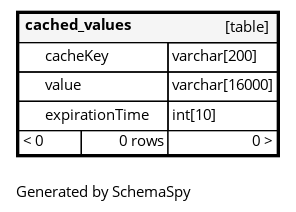
Before: 25.04.00/diagrams/tables/cached_values.1degree.png, a diagram exported from Graphviz (Aspen-Discovery/aspen-schemaspy). Its source is kept beside it as 25.04.00/diagrams/tables/cached_values.1degree.dot. Source of this version:
```dot
digraph "oneDegreeRelationshipsDiagram" {
  graph [    rankdir="RL"    bgcolor="#ffffff"    label="\nGenerated by SchemaSpy"    labeljust="l"    nodesep="0.18"    ranksep="0.46"    fontname="Helvetica"    fontsize="11"    ration="compress"  ];  node [    fontname="Helvetica"    fontsize="11"    shape="plaintext"  ];  edge [    arrowsize="0.8"  ];
  "cached_values" [
   label=<
    <TABLE BORDER="2" CELLBORDER="1" CELLSPACING="0" BGCOLOR="#ffffff">
      <TR><TD COLSPAN="4"  BGCOLOR="#f5f5f5"><TABLE BORDER="0" CELLSPACING="0"><TR><TD ALIGN="LEFT" FIXEDSIZE="TRUE" WIDTH="85" HEIGHT="16"><B>cached_values</B></TD><TD ALIGN="RIGHT">[table]</TD></TR></TABLE></TD></TR>
      <TR><TD PORT="cacheKey" COLSPAN="2" BGCOLOR="#ffffff" ALIGN="LEFT"><TABLE BORDER="0" CELLSPACING="0" ALIGN="LEFT"><TR ALIGN="LEFT"><TD ALIGN="LEFT" FIXEDSIZE="TRUE" WIDTH="15" HEIGHT="16"></TD><TD ALIGN="LEFT" FIXEDSIZE="TRUE" WIDTH="91" HEIGHT="16">cacheKey</TD></TR></TABLE></TD><TD PORT="cacheKey.type" ALIGN="LEFT">varchar[200]</TD></TR>
      <TR><TD PORT="value" COLSPAN="2" ALIGN="LEFT"><TABLE BORDER="0" CELLSPACING="0" ALIGN="LEFT"><TR ALIGN="LEFT"><TD ALIGN="LEFT" FIXEDSIZE="TRUE" WIDTH="15" HEIGHT="16"></TD><TD ALIGN="LEFT" FIXEDSIZE="TRUE" WIDTH="91" HEIGHT="16">value</TD></TR></TABLE></TD><TD PORT="value.type" ALIGN="LEFT">varchar[16000]</TD></TR>
      <TR><TD PORT="expirationTime" COLSPAN="2" BGCOLOR="#ffffff" ALIGN="LEFT"><TABLE BORDER="0" CELLSPACING="0" ALIGN="LEFT"><TR ALIGN="LEFT"><TD ALIGN="LEFT" FIXEDSIZE="TRUE" WIDTH="15" HEIGHT="16"></TD><TD ALIGN="LEFT" FIXEDSIZE="TRUE" WIDTH="91" HEIGHT="16">expirationTime</TD></TR></TABLE></TD><TD PORT="expirationTime.type" ALIGN="LEFT">int[10]</TD></TR>
      <TR><TD ALIGN="LEFT" BGCOLOR="#ffffff">&lt; 0</TD><TD ALIGN="RIGHT" BGCOLOR="#ffffff">0 rows</TD><TD ALIGN="RIGHT" BGCOLOR="#ffffff">0 &gt;</TD></TR>
    </TABLE>>
    URL="cached_values.html"
    target="_top"
    tooltip="cached_values"
  ];
}
```
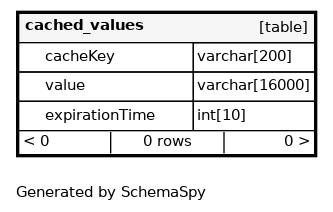
Later version of the same file.

What changed in the source:
```diff
@@ -1,13 +1,13 @@
 digraph "oneDegreeRelationshipsDiagram" {
-  graph [    rankdir="RL"    bgcolor="#ffffff"    label="\nGenerated by SchemaSpy"    labeljust="l"    nodesep="0.18"    ranksep="0.46"    fontname="Helvetica"    fontsize="11"    ration="compress"  ];  node [    fontname="Helvetica"    fontsize="11"    shape="plaintext"  ];  edge [    arrowsize="0.8"  ];
+  graph [    rankdir="RL"    bgcolor="#ffffff"    label="\nGenerated by SchemaSpy"    labeljust="l"    nodesep="0.18"    ranksep="0.46"    fontname="Helvetica"    fontsize="11"    packmode="graph"  ];  node [    fontname="Helvetica"    fontsize="11"    shape="plaintext"  ];  edge [    arrowsize="0.8"  ];
   "cached_values" [
    label=<
     <TABLE BORDER="2" CELLBORDER="1" CELLSPACING="0" BGCOLOR="#ffffff">
-      <TR><TD COLSPAN="4"  BGCOLOR="#f5f5f5"><TABLE BORDER="0" CELLSPACING="0"><TR><TD ALIGN="LEFT" FIXEDSIZE="TRUE" WIDTH="85" HEIGHT="16"><B>cached_values</B></TD><TD ALIGN="RIGHT">[table]</TD></TR></TABLE></TD></TR>
-      <TR><TD PORT="cacheKey" COLSPAN="2" BGCOLOR="#ffffff" ALIGN="LEFT"><TABLE BORDER="0" CELLSPACING="0" ALIGN="LEFT"><TR ALIGN="LEFT"><TD ALIGN="LEFT" FIXEDSIZE="TRUE" WIDTH="15" HEIGHT="16"></TD><TD ALIGN="LEFT" FIXEDSIZE="TRUE" WIDTH="91" HEIGHT="16">cacheKey</TD></TR></TABLE></TD><TD PORT="cacheKey.type" ALIGN="LEFT">varchar[200]</TD></TR>
-      <TR><TD PORT="value" COLSPAN="2" ALIGN="LEFT"><TABLE BORDER="0" CELLSPACING="0" ALIGN="LEFT"><TR ALIGN="LEFT"><TD ALIGN="LEFT" FIXEDSIZE="TRUE" WIDTH="15" HEIGHT="16"></TD><TD ALIGN="LEFT" FIXEDSIZE="TRUE" WIDTH="91" HEIGHT="16">value</TD></TR></TABLE></TD><TD PORT="value.type" ALIGN="LEFT">varchar[16000]</TD></TR>
-      <TR><TD PORT="expirationTime" COLSPAN="2" BGCOLOR="#ffffff" ALIGN="LEFT"><TABLE BORDER="0" CELLSPACING="0" ALIGN="LEFT"><TR ALIGN="LEFT"><TD ALIGN="LEFT" FIXEDSIZE="TRUE" WIDTH="15" HEIGHT="16"></TD><TD ALIGN="LEFT" FIXEDSIZE="TRUE" WIDTH="91" HEIGHT="16">expirationTime</TD></TR></TABLE></TD><TD PORT="expirationTime.type" ALIGN="LEFT">int[10]</TD></TR>
-      <TR><TD ALIGN="LEFT" BGCOLOR="#ffffff">&lt; 0</TD><TD ALIGN="RIGHT" BGCOLOR="#ffffff">0 rows</TD><TD ALIGN="RIGHT" BGCOLOR="#ffffff">0 &gt;</TD></TR>
+      <TR><TD COLSPAN="4"  BGCOLOR="#f5f5f5"><TABLE BORDER="0" CELLSPACING="0"><TR><TD ALIGN="LEFT" FIXEDSIZE="TRUE" WIDTH="105" HEIGHT="16"><B>cached_values</B></TD><TD ALIGN="RIGHT">[table]</TD></TR></TABLE></TD></TR>
+      <TR><TD PORT="cacheKey" COLSPAN="2" BGCOLOR="#ffffff" ALIGN="LEFT"><TABLE BORDER="0" CELLSPACING="0" ALIGN="LEFT"><TR ALIGN="LEFT"><TD ALIGN="LEFT" FIXEDSIZE="TRUE" WIDTH="15" HEIGHT="16"></TD><TD ALIGN="LEFT" FIXEDSIZE="TRUE" WIDTH="110" HEIGHT="16">cacheKey</TD></TR></TABLE></TD><TD PORT="cacheKey.type" ALIGN="LEFT">varchar[200]</TD></TR>
+      <TR><TD PORT="value" COLSPAN="2" ALIGN="LEFT"><TABLE BORDER="0" CELLSPACING="0" ALIGN="LEFT"><TR ALIGN="LEFT"><TD ALIGN="LEFT" FIXEDSIZE="TRUE" WIDTH="15" HEIGHT="16"></TD><TD ALIGN="LEFT" FIXEDSIZE="TRUE" WIDTH="110" HEIGHT="16">value</TD></TR></TABLE></TD><TD PORT="value.type" ALIGN="LEFT">varchar[16000]</TD></TR>
+      <TR><TD PORT="expirationTime" COLSPAN="2" BGCOLOR="#ffffff" ALIGN="LEFT"><TABLE BORDER="0" CELLSPACING="0" ALIGN="LEFT"><TR ALIGN="LEFT"><TD ALIGN="LEFT" FIXEDSIZE="TRUE" WIDTH="15" HEIGHT="16"></TD><TD ALIGN="LEFT" FIXEDSIZE="TRUE" WIDTH="110" HEIGHT="16">expirationTime</TD></TR></TABLE></TD><TD PORT="expirationTime.type" ALIGN="LEFT">int[10]</TD></TR>
+      <TR><TD ALIGN="LEFT" CELLPADDING="0" BGCOLOR="#ffffff" COLSPAN="4" ><TABLE BORDER="0" CELLBORDER="0" CELLSPACING="0"><TR><TD ALIGN="LEFT" BGCOLOR="#ffffff">&lt; 0</TD><VR/><TD ALIGN="CENTER" BGCOLOR="#ffffff">0 rows</TD><VR/><TD ALIGN="RIGHT" BGCOLOR="#ffffff">0 &gt;</TD></TR></TABLE></TD></TR>
     </TABLE>>
     URL="cached_values.html"
     target="_top"
```
